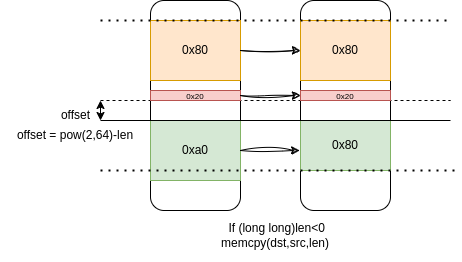
n132/RetroverFlow keeps this draw.io diagram as Asset/RetroOverflow.drawio.png. Above is the earlier version. Source tidied: cells renumbered, new cells last; positions are measured from the earlier drawing's top-left corner, leaving out a move shared by most shapes. Source of this version:
```xml
<mxGraphModel>
  <root>
    <mxCell id="0" />
    <mxCell id="1" parent="0" />
    <mxCell id="2" style="rounded=1;whiteSpace=wrap;html=1;" parent="1" vertex="1">
      <mxGeometry x="150" width="90" height="210" as="geometry" />
    </mxCell>
    <mxCell id="3" style="rounded=1;whiteSpace=wrap;html=1;" parent="1" vertex="1">
      <mxGeometry x="300" width="90" height="210" as="geometry" />
    </mxCell>
    <mxCell id="4" value="&lt;p style=&quot;border-color: var(--border-color);&quot;&gt;&lt;font style=&quot;font-size: 12px;&quot;&gt;&amp;nbsp;If (long long)len&amp;lt;0&lt;br&gt;&lt;/font&gt;&lt;font style=&quot;font-size: 12px;&quot;&gt;memcpy(dst,src,len)&lt;/font&gt;&lt;/p&gt;" style="text;html=1;align=center;verticalAlign=middle;whiteSpace=wrap;rounded=0;" parent="1" vertex="1">
      <mxGeometry x="175" y="220" width="200" height="30" as="geometry" />
    </mxCell>
    <mxCell id="5" style="endArrow=none;html=1;rounded=0;exitX=0;exitY=0.75;exitDx=0;exitDy=0;entryX=1;entryY=0.75;entryDx=0;entryDy=0;" parent="1" edge="1" source="2" target="2">
      <mxGeometry relative="1" as="geometry" />
    </mxCell>
    <mxCell id="6" value="0xa0" style="rounded=0;whiteSpace=wrap;html=1;fillColor=#d5e8d4;strokeColor=#82b366;" parent="1" vertex="1">
      <mxGeometry x="150" y="120" width="90" height="60" as="geometry" />
    </mxCell>
    <mxCell id="7" value="0x80" style="rounded=0;whiteSpace=wrap;html=1;fillColor=#d5e8d4;strokeColor=#82b366;" parent="1" vertex="1">
      <mxGeometry x="300" y="120" width="90" height="50" as="geometry" />
    </mxCell>
    <mxCell id="8" style="endArrow=none;dashed=1;html=1;dashPattern=1 3;strokeWidth=2;rounded=0;" parent="1" edge="1">
      <mxGeometry relative="1" as="geometry">
        <mxPoint x="100" y="170" as="sourcePoint" />
        <mxPoint x="460" y="170" as="targetPoint" />
      </mxGeometry>
    </mxCell>
    <mxCell id="9" style="endArrow=none;dashed=1;html=1;rounded=0;" parent="1" edge="1">
      <mxGeometry relative="1" as="geometry">
        <mxPoint x="100" y="100" as="sourcePoint" />
        <mxPoint x="450" y="100" as="targetPoint" />
      </mxGeometry>
    </mxCell>
    <mxCell id="10" value="&lt;font style=&quot;font-size: 8px;&quot;&gt;0x20&lt;/font&gt;" style="rounded=0;whiteSpace=wrap;html=1;fillColor=#f8cecc;strokeColor=#b85450;" parent="1" vertex="1">
      <mxGeometry x="300" y="90" width="90" height="10" as="geometry" />
    </mxCell>
    <mxCell id="11" value="&lt;font style=&quot;font-size: 8px;&quot;&gt;0x20&lt;/font&gt;" style="rounded=0;whiteSpace=wrap;html=1;fillColor=#f8cecc;strokeColor=#b85450;" parent="1" vertex="1">
      <mxGeometry x="150" y="90" width="90" height="10" as="geometry" />
    </mxCell>
    <mxCell id="12" value="0x80" style="rounded=0;whiteSpace=wrap;html=1;fillColor=#ffe6cc;strokeColor=#d79b00;" parent="1" vertex="1">
      <mxGeometry x="150" y="20" width="90" height="60" as="geometry" />
    </mxCell>
    <mxCell id="13" value="0x80" style="rounded=0;whiteSpace=wrap;html=1;fillColor=#ffe6cc;strokeColor=#d79b00;" parent="1" vertex="1">
      <mxGeometry x="300" y="20" width="90" height="60" as="geometry" />
    </mxCell>
    <mxCell id="14" style="endArrow=classic;html=1;rounded=0;exitX=1;exitY=0.5;exitDx=0;exitDy=0;entryX=-0.009;entryY=0.599;entryDx=0;entryDy=0;entryPerimeter=0;sketch=1;curveFitting=1;jiggle=2;" parent="1" edge="1" source="6" target="7">
      <mxGeometry relative="1" as="geometry" />
    </mxCell>
    <mxCell id="15" style="endArrow=classic;html=1;rounded=0;exitX=1;exitY=0.5;exitDx=0;exitDy=0;entryX=0;entryY=0.5;entryDx=0;entryDy=0;sketch=1;curveFitting=1;jiggle=2;" parent="1" edge="1" source="11" target="10">
      <mxGeometry relative="1" as="geometry" />
    </mxCell>
    <mxCell id="16" style="endArrow=classic;html=1;rounded=0;exitX=1;exitY=0.5;exitDx=0;exitDy=0;entryX=0;entryY=0.5;entryDx=0;entryDy=0;sketch=1;curveFitting=1;jiggle=2;" parent="1" edge="1" source="12" target="13">
      <mxGeometry relative="1" as="geometry" />
    </mxCell>
    <mxCell id="17" style="endArrow=classic;startArrow=classic;html=1;rounded=0;" parent="1" edge="1">
      <mxGeometry relative="1" as="geometry">
        <mxPoint x="100" y="120" as="sourcePoint" />
        <mxPoint x="100" y="100" as="targetPoint" />
      </mxGeometry>
    </mxCell>
    <mxCell id="18" style="endArrow=none;html=1;rounded=0;" parent="1" edge="1">
      <mxGeometry relative="1" as="geometry">
        <mxPoint x="450" y="120" as="sourcePoint" />
        <mxPoint x="100" y="120" as="targetPoint" />
      </mxGeometry>
    </mxCell>
    <mxCell id="19" value="offset = pow(2,64)-len" style="text;html=1;align=center;verticalAlign=middle;whiteSpace=wrap;rounded=0;" parent="1" vertex="1">
      <mxGeometry y="130" width="150" height="10" as="geometry" />
    </mxCell>
    <mxCell id="20" value="offset" style="text;html=1;align=center;verticalAlign=middle;strokeColor=none;fillColor=none;" parent="1" vertex="1">
      <mxGeometry x="50" y="100" width="50" height="30" as="geometry" />
    </mxCell>
    <mxCell id="21" style="endArrow=none;dashed=1;html=1;dashPattern=1 3;strokeWidth=2;rounded=0;" parent="1" edge="1">
      <mxGeometry relative="1" as="geometry">
        <mxPoint x="100" y="20" as="sourcePoint" />
        <mxPoint x="450" y="20" as="targetPoint" />
      </mxGeometry>
    </mxCell>
  </root>
</mxGraphModel>
```
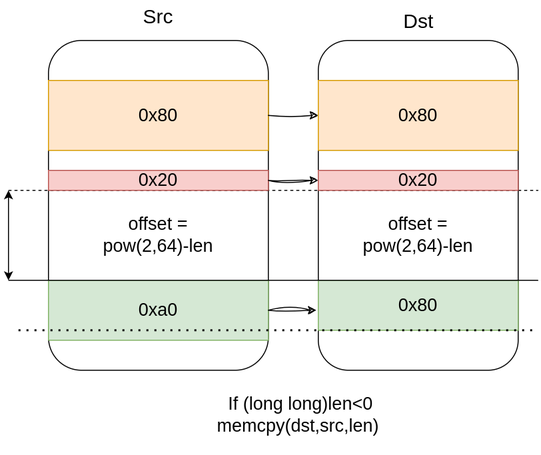
After the commit.

Change to the diagram source:
```diff
@@ -3,46 +3,46 @@
     <mxCell id="0" />
     <mxCell id="1" parent="0" />
     <mxCell id="2" style="rounded=1;whiteSpace=wrap;html=1;" parent="1" vertex="1">
-      <mxGeometry x="150" width="90" height="210" as="geometry" />
+      <mxGeometry x="-110" width="220" height="330" as="geometry" />
     </mxCell>
     <mxCell id="3" style="rounded=1;whiteSpace=wrap;html=1;" parent="1" vertex="1">
-      <mxGeometry x="300" width="90" height="210" as="geometry" />
+      <mxGeometry x="160" width="200" height="330" as="geometry" />
     </mxCell>
-    <mxCell id="4" value="&lt;p style=&quot;border-color: var(--border-color);&quot;&gt;&lt;font style=&quot;font-size: 12px;&quot;&gt;&amp;nbsp;If (long long)len&amp;lt;0&lt;br&gt;&lt;/font&gt;&lt;font style=&quot;font-size: 12px;&quot;&gt;memcpy(dst,src,len)&lt;/font&gt;&lt;/p&gt;" style="text;html=1;align=center;verticalAlign=middle;whiteSpace=wrap;rounded=0;" parent="1" vertex="1">
-      <mxGeometry x="175" y="220" width="200" height="30" as="geometry" />
+    <mxCell id="4" value="&lt;p style=&quot;border-color: var(--border-color); font-size: 18px;&quot;&gt;&lt;font style=&quot;font-size: 18px;&quot;&gt;&amp;nbsp;If (long long)len&amp;lt;0&lt;br&gt;&lt;/font&gt;&lt;font style=&quot;font-size: 18px;&quot;&gt;memcpy(dst,src,len)&lt;/font&gt;&lt;/p&gt;" style="text;html=1;align=center;verticalAlign=middle;whiteSpace=wrap;rounded=0;" parent="1" vertex="1">
+      <mxGeometry x="40" y="360" width="200" height="30" as="geometry" />
     </mxCell>
     <mxCell id="5" style="endArrow=none;html=1;rounded=0;exitX=0;exitY=0.75;exitDx=0;exitDy=0;entryX=1;entryY=0.75;entryDx=0;entryDy=0;" parent="1" edge="1" source="2" target="2">
       <mxGeometry relative="1" as="geometry" />
     </mxCell>
-    <mxCell id="6" value="0xa0" style="rounded=0;whiteSpace=wrap;html=1;fillColor=#d5e8d4;strokeColor=#82b366;" parent="1" vertex="1">
-      <mxGeometry x="150" y="120" width="90" height="60" as="geometry" />
+    <mxCell id="6" value="&lt;font style=&quot;font-size: 18px;&quot;&gt;0xa0&lt;/font&gt;" style="rounded=0;whiteSpace=wrap;html=1;fillColor=#d5e8d4;strokeColor=#82b366;" parent="1" vertex="1">
+      <mxGeometry x="-110" y="240" width="220" height="60" as="geometry" />
     </mxCell>
-    <mxCell id="7" value="0x80" style="rounded=0;whiteSpace=wrap;html=1;fillColor=#d5e8d4;strokeColor=#82b366;" parent="1" vertex="1">
-      <mxGeometry x="300" y="120" width="90" height="50" as="geometry" />
+    <mxCell id="7" value="&lt;font style=&quot;font-size: 18px;&quot;&gt;0x80&lt;/font&gt;" style="rounded=0;whiteSpace=wrap;html=1;fillColor=#d5e8d4;strokeColor=#82b366;" parent="1" vertex="1">
+      <mxGeometry x="160" y="240" width="200" height="50" as="geometry" />
     </mxCell>
     <mxCell id="8" style="endArrow=none;dashed=1;html=1;dashPattern=1 3;strokeWidth=2;rounded=0;" parent="1" edge="1">
       <mxGeometry relative="1" as="geometry">
-        <mxPoint x="100" y="170" as="sourcePoint" />
-        <mxPoint x="460" y="170" as="targetPoint" />
+        <mxPoint x="-140" y="290" as="sourcePoint" />
+        <mxPoint x="380" y="290" as="targetPoint" />
       </mxGeometry>
     </mxCell>
     <mxCell id="9" style="endArrow=none;dashed=1;html=1;rounded=0;" parent="1" edge="1">
       <mxGeometry relative="1" as="geometry">
-        <mxPoint x="100" y="100" as="sourcePoint" />
-        <mxPoint x="450" y="100" as="targetPoint" />
+        <mxPoint x="-150" y="150" as="sourcePoint" />
+        <mxPoint x="380" y="150" as="targetPoint" />
       </mxGeometry>
     </mxCell>
-    <mxCell id="10" value="&lt;font style=&quot;font-size: 8px;&quot;&gt;0x20&lt;/font&gt;" style="rounded=0;whiteSpace=wrap;html=1;fillColor=#f8cecc;strokeColor=#b85450;" parent="1" vertex="1">
-      <mxGeometry x="300" y="90" width="90" height="10" as="geometry" />
+    <mxCell id="10" value="&lt;font style=&quot;font-size: 18px;&quot;&gt;0x20&lt;/font&gt;" style="rounded=0;whiteSpace=wrap;html=1;fillColor=#f8cecc;strokeColor=#b85450;" parent="1" vertex="1">
+      <mxGeometry x="160" y="130" width="200" height="20" as="geometry" />
     </mxCell>
-    <mxCell id="11" value="&lt;font style=&quot;font-size: 8px;&quot;&gt;0x20&lt;/font&gt;" style="rounded=0;whiteSpace=wrap;html=1;fillColor=#f8cecc;strokeColor=#b85450;" parent="1" vertex="1">
-      <mxGeometry x="150" y="90" width="90" height="10" as="geometry" />
+    <mxCell id="11" value="&lt;font style=&quot;font-size: 18px;&quot;&gt;0x20&lt;/font&gt;" style="rounded=0;whiteSpace=wrap;html=1;fillColor=#f8cecc;strokeColor=#b85450;" parent="1" vertex="1">
+      <mxGeometry x="-110" y="130" width="220" height="20" as="geometry" />
     </mxCell>
-    <mxCell id="12" value="0x80" style="rounded=0;whiteSpace=wrap;html=1;fillColor=#ffe6cc;strokeColor=#d79b00;" parent="1" vertex="1">
-      <mxGeometry x="150" y="20" width="90" height="60" as="geometry" />
+    <mxCell id="12" value="&lt;font style=&quot;font-size: 18px;&quot;&gt;0x80&lt;/font&gt;" style="rounded=0;whiteSpace=wrap;html=1;fillColor=#ffe6cc;strokeColor=#d79b00;" parent="1" vertex="1">
+      <mxGeometry x="-110" y="40" width="220" height="70" as="geometry" />
     </mxCell>
-    <mxCell id="13" value="0x80" style="rounded=0;whiteSpace=wrap;html=1;fillColor=#ffe6cc;strokeColor=#d79b00;" parent="1" vertex="1">
-      <mxGeometry x="300" y="20" width="90" height="60" as="geometry" />
+    <mxCell id="13" value="&lt;font style=&quot;font-size: 18px;&quot;&gt;0x80&lt;/font&gt;" style="rounded=0;whiteSpace=wrap;html=1;fillColor=#ffe6cc;strokeColor=#d79b00;" parent="1" vertex="1">
+      <mxGeometry x="160" y="40" width="200" height="70" as="geometry" />
     </mxCell>
     <mxCell id="14" style="endArrow=classic;html=1;rounded=0;exitX=1;exitY=0.5;exitDx=0;exitDy=0;entryX=-0.009;entryY=0.599;entryDx=0;entryDy=0;entryPerimeter=0;sketch=1;curveFitting=1;jiggle=2;" parent="1" edge="1" source="6" target="7">
       <mxGeometry relative="1" as="geometry" />
@@ -55,27 +55,27 @@
     </mxCell>
     <mxCell id="17" style="endArrow=classic;startArrow=classic;html=1;rounded=0;" parent="1" edge="1">
       <mxGeometry relative="1" as="geometry">
-        <mxPoint x="100" y="120" as="sourcePoint" />
-        <mxPoint x="100" y="100" as="targetPoint" />
+        <mxPoint x="-150" y="240" as="sourcePoint" />
+        <mxPoint x="-150" y="150" as="targetPoint" />
       </mxGeometry>
     </mxCell>
     <mxCell id="18" style="endArrow=none;html=1;rounded=0;" parent="1" edge="1">
       <mxGeometry relative="1" as="geometry">
-        <mxPoint x="450" y="120" as="sourcePoint" />
-        <mxPoint x="100" y="120" as="targetPoint" />
+        <mxPoint x="380" y="240" as="sourcePoint" />
+        <mxPoint x="-150" y="240" as="targetPoint" />
       </mxGeometry>
     </mxCell>
-    <mxCell id="19" value="offset = pow(2,64)-len" style="text;html=1;align=center;verticalAlign=middle;whiteSpace=wrap;rounded=0;" parent="1" vertex="1">
-      <mxGeometry y="130" width="150" height="10" as="geometry" />
+    <mxCell id="19" value="&lt;font style=&quot;font-size: 18px;&quot;&gt;offset = pow(2,64)-len&lt;/font&gt;" style="text;html=1;align=center;verticalAlign=middle;whiteSpace=wrap;rounded=0;" parent="1" vertex="1">
+      <mxGeometry x="-75" y="190" width="150" height="10" as="geometry" />
     </mxCell>
-    <mxCell id="20" value="offset" style="text;html=1;align=center;verticalAlign=middle;strokeColor=none;fillColor=none;" parent="1" vertex="1">
-      <mxGeometry x="50" y="100" width="50" height="30" as="geometry" />
-    </mxCell>
-    <mxCell id="21" style="endArrow=none;dashed=1;html=1;dashPattern=1 3;strokeWidth=2;rounded=0;" parent="1" edge="1">
-      <mxGeometry relative="1" as="geometry">
-        <mxPoint x="100" y="20" as="sourcePoint" />
-        <mxPoint x="450" y="20" as="targetPoint" />
-      </mxGeometry>
-    </mxCell>
+    <mxCell id="22" value="&lt;font style=&quot;font-size: 18px;&quot;&gt;offset = pow(2,64)-len&lt;/font&gt;" style="text;html=1;align=center;verticalAlign=middle;whiteSpace=wrap;rounded=0;" parent="1" vertex="1">
+      <mxGeometry x="185" y="190" width="150" height="10" as="geometry" />
+    </mxCell>
+    <mxCell id="23" value="&lt;font style=&quot;font-size: 20px;&quot;&gt;Src&lt;/font&gt;" style="text;html=1;align=center;verticalAlign=middle;whiteSpace=wrap;rounded=0;" parent="1" vertex="1">
+      <mxGeometry x="-30" y="-40" width="60" height="30" as="geometry" />
+    </mxCell>
+    <mxCell id="24" value="&lt;font style=&quot;font-size: 20px;&quot;&gt;Dst&lt;/font&gt;" style="text;html=1;align=center;verticalAlign=middle;strokeColor=none;fillColor=none;" parent="1" vertex="1">
+      <mxGeometry x="235" y="-40" width="50" height="40" as="geometry" />
+    </mxCell>
   </root>
 </mxGraphModel>
```
